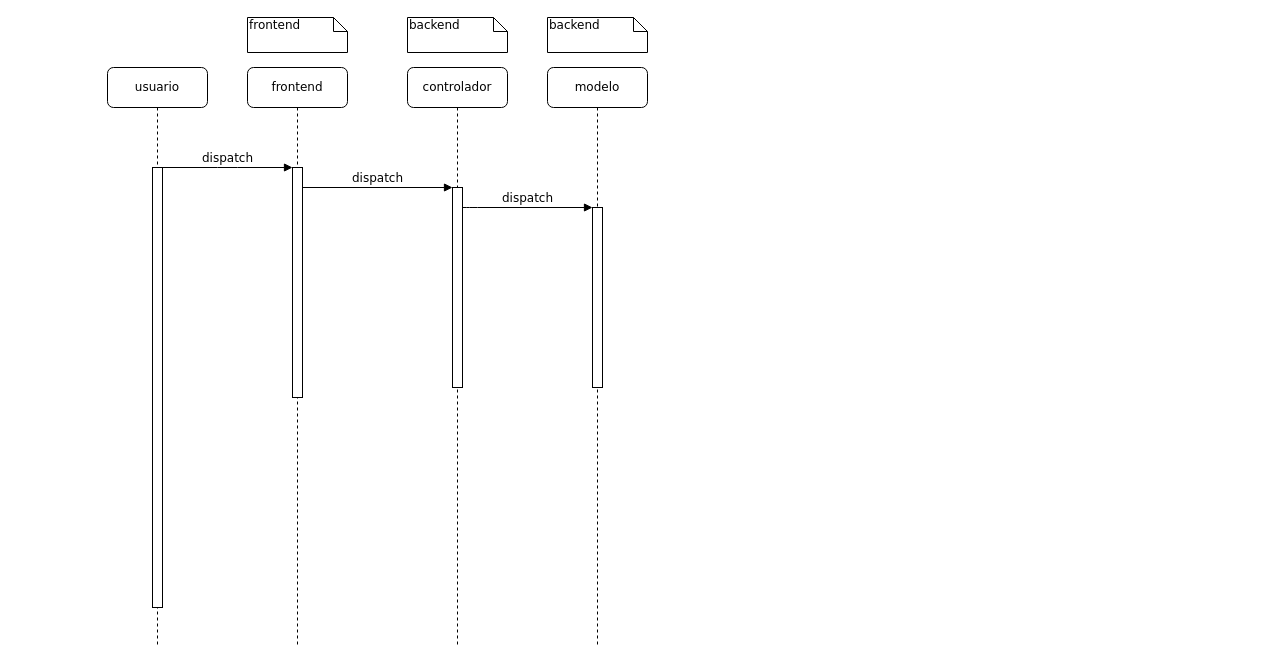
Above: page "FLUJO DE PLANEACION: ADMINISTRADOR" (1 of 2) of documentation/Diagrama secuencia.drawio in AndresTorrezAT/sistema-auditoria-backend-mern (draw.io), before the change. Source tidied: cells renumbered, new cells numbered last; positions are measured from the earlier drawing's top-left corner, leaving out a move shared by most shapes. Both pictures are drawn from the tidied source at 100%, with x=0, y=0 at pixel (107, 17).
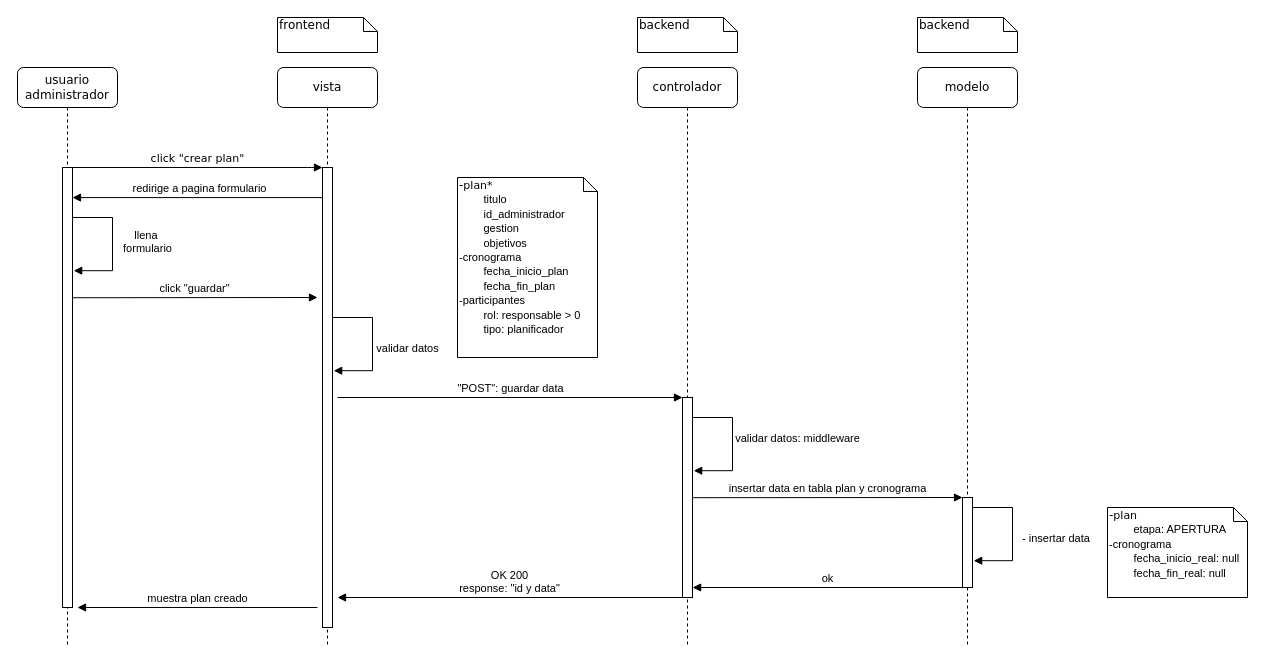
Above is the later version.

Commit message:
actualizacion de diagramas

The change refers to these unchanged cells:
```xml
<mxCell id="8" style="html=1;points=[];perimeter=orthogonalPerimeter;rounded=0;shadow=0;comic=0;labelBackgroundColor=none;strokeWidth=1;fontFamily=Verdana;fontSize=12;align=center;" parent="7" vertex="1">
  <mxGeometry x="45" y="100" width="10" height="440" as="geometry" />
</mxCell>
```

The edit, as a diff of the source:
```diff
@@
+    <mxCell id="16" value="redirige a pagina formulario" style="html=1;verticalAlign=bottom;endArrow=block;curved=0;rounded=0;exitX=0.002;exitY=0.161;exitDx=0;exitDy=0;exitPerimeter=0;" parent="1" edge="1" target="8">
+      <mxGeometry relative="1" as="geometry">
+        <mxPoint x="218.9" y="180.1" as="sourcePoint" />
+      </mxGeometry>
+    </mxCell>
-    <mxCell id="2" value="frontend" style="shape=umlLifeline;perimeter=lifelinePerimeter;whiteSpace=wrap;html=1;rounded=1;shadow=0;comic=0;labelBackgroundColor=none;strokeWidth=1;fontFamily=Verdana;fontSize=12;align=center;" parent="1" vertex="1">
-      <mxGeometry x="140" y="50" width="100" height="580" as="geometry" />
+    <mxCell id="2" value="vista" style="shape=umlLifeline;perimeter=lifelinePerimeter;whiteSpace=wrap;html=1;rounded=1;shadow=0;comic=0;labelBackgroundColor=none;strokeWidth=1;fontFamily=Verdana;fontSize=12;align=center;" parent="1" vertex="1">
+      <mxGeometry x="170" y="50" width="100" height="580" as="geometry" />
     </mxCell>
     <mxCell id="3" style="html=1;points=[];perimeter=orthogonalPerimeter;rounded=0;shadow=0;comic=0;labelBackgroundColor=none;strokeWidth=1;fontFamily=Verdana;fontSize=12;align=center;" parent="2" vertex="1">
-      <mxGeometry x="45" y="100" width="10" height="230" as="geometry" />
+      <mxGeometry x="45" y="100" width="10" height="460" as="geometry" />
     </mxCell>
+    <mxCell id="17" value="validar datos" style="html=1;verticalAlign=bottom;endArrow=block;rounded=0;edgeStyle=elbowEdgeStyle;exitX=1.015;exitY=0.106;exitDx=0;exitDy=0;exitPerimeter=0;entryX=1.133;entryY=0.227;entryDx=0;entryDy=0;entryPerimeter=0;" parent="2" edge="1">
+      <mxGeometry x="0.21" y="35" relative="1" as="geometry">
+        <mxPoint x="55" y="250" as="sourcePoint" />
+        <mxPoint x="56.2" y="303.2" as="targetPoint" />
+        <Array as="points">
+          <mxPoint x="95" y="290" />
+        </Array>
+      </mxGeometry>
+    </mxCell>
     <mxCell id="4" value="controlador" style="shape=umlLifeline;perimeter=lifelinePerimeter;whiteSpace=wrap;html=1;rounded=1;shadow=0;comic=0;labelBackgroundColor=none;strokeWidth=1;fontFamily=Verdana;fontSize=12;align=center;" parent="1" vertex="1">
-      <mxGeometry x="300" y="50" width="100" height="580" as="geometry" />
+      <mxGeometry x="530" y="50" width="100" height="580" as="geometry" />
     </mxCell>
     <mxCell id="5" style="html=1;points=[];perimeter=orthogonalPerimeter;rounded=0;shadow=0;comic=0;labelBackgroundColor=none;strokeWidth=1;fontFamily=Verdana;fontSize=12;align=center;" parent="4" vertex="1">
-      <mxGeometry x="45" y="120" width="10" height="200" as="geometry" />
+      <mxGeometry x="45" y="330" width="10" height="200" as="geometry" />
     </mxCell>
+    <mxCell id="18" value="validar datos: middleware" style="html=1;verticalAlign=bottom;endArrow=block;rounded=0;edgeStyle=elbowEdgeStyle;exitX=1.015;exitY=0.106;exitDx=0;exitDy=0;exitPerimeter=0;entryX=1.133;entryY=0.227;entryDx=0;entryDy=0;entryPerimeter=0;" parent="4" edge="1">
+      <mxGeometry x="0.06" y="65" relative="1" as="geometry">
+        <mxPoint x="55" y="350" as="sourcePoint" />
+        <mxPoint x="56.2" y="403.2" as="targetPoint" />
+        <Array as="points">
+          <mxPoint x="95" y="390" />
+        </Array>
+      </mxGeometry>
+    </mxCell>
+    <mxCell id="19" value="OK 200&lt;div&gt;response: &quot;id y data&quot;&lt;/div&gt;" style="html=1;verticalAlign=bottom;endArrow=block;curved=0;rounded=0;" parent="4" edge="1">
+      <mxGeometry relative="1" as="geometry">
+        <mxPoint x="45" y="530" as="sourcePoint" />
+        <mxPoint x="-300" y="530" as="targetPoint" />
+      </mxGeometry>
+    </mxCell>
     <mxCell id="6" value="modelo" style="shape=umlLifeline;perimeter=lifelinePerimeter;whiteSpace=wrap;html=1;rounded=1;shadow=0;comic=0;labelBackgroundColor=none;strokeWidth=1;fontFamily=Verdana;fontSize=12;align=center;" parent="1" vertex="1">
-      <mxGeometry x="440" y="50" width="100" height="580" as="geometry" />
+      <mxGeometry x="810" y="50" width="100" height="580" as="geometry" />
     </mxCell>
+    <mxCell id="9" style="html=1;points=[];perimeter=orthogonalPerimeter;rounded=0;shadow=0;comic=0;labelBackgroundColor=none;strokeWidth=1;fontFamily=Verdana;fontSize=12;align=center;" parent="6" vertex="1">
+      <mxGeometry x="45" y="430" width="10" height="90" as="geometry" />
+    </mxCell>
+    <mxCell id="20" value="insertar data en tabla plan y cronograma" style="html=1;verticalAlign=bottom;endArrow=block;curved=0;rounded=0;exitX=0.983;exitY=0.501;exitDx=0;exitDy=0;exitPerimeter=0;" parent="6" edge="1" source="5">
+      <mxGeometry relative="1" as="geometry">
+        <mxPoint x="45" y="430" as="targetPoint" />
+      </mxGeometry>
+    </mxCell>
+    <mxCell id="21" value="&lt;div&gt;- insertar data&amp;nbsp;&lt;/div&gt;" style="html=1;verticalAlign=bottom;endArrow=block;rounded=0;edgeStyle=elbowEdgeStyle;exitX=1.015;exitY=0.106;exitDx=0;exitDy=0;exitPerimeter=0;entryX=1.133;entryY=0.227;entryDx=0;entryDy=0;entryPerimeter=0;" parent="6" edge="1">
+      <mxGeometry x="0.21" y="45" relative="1" as="geometry">
+        <mxPoint x="55" y="440" as="sourcePoint" />
+        <mxPoint x="56.2" y="493.2" as="targetPoint" />
+        <Array as="points">
+          <mxPoint x="95" y="480" />
+        </Array>
+      </mxGeometry>
+    </mxCell>
-    <mxCell id="7" value="usuario" style="shape=umlLifeline;perimeter=lifelinePerimeter;whiteSpace=wrap;html=1;rounded=1;shadow=0;comic=0;labelBackgroundColor=none;strokeWidth=1;fontFamily=Verdana;fontSize=12;align=center;" parent="1" vertex="1">
-      <mxGeometry y="50" width="100" height="580" as="geometry" />
+    <mxCell id="7" value="usuario&lt;div&gt;administrador&lt;/div&gt;" style="shape=umlLifeline;perimeter=lifelinePerimeter;whiteSpace=wrap;html=1;rounded=1;shadow=0;comic=0;labelBackgroundColor=none;strokeWidth=1;fontFamily=Verdana;fontSize=12;align=center;" parent="1" vertex="1">
+      <mxGeometry x="-90" y="50" width="100" height="580" as="geometry" />
     </mxCell>
@@
-    <mxCell id="9" style="html=1;points=[];perimeter=orthogonalPerimeter;rounded=0;shadow=0;comic=0;labelBackgroundColor=none;strokeWidth=1;fontFamily=Verdana;fontSize=12;align=center;" parent="1" vertex="1">
-      <mxGeometry x="485" y="190" width="10" height="180" as="geometry" />
-    </mxCell>
-    <mxCell id="10" value="dispatch" style="html=1;verticalAlign=bottom;endArrow=block;labelBackgroundColor=none;fontFamily=Verdana;fontSize=12;edgeStyle=elbowEdgeStyle;elbow=vertical;" parent="1" edge="1" source="5" target="9">
-      <mxGeometry relative="1" as="geometry">
-        <Array as="points">
-          <mxPoint x="360" y="190" />
-        </Array>
-      </mxGeometry>
-    </mxCell>
+    <mxCell id="22" value="llena&amp;nbsp;&lt;div&gt;formulario&lt;/div&gt;" style="html=1;verticalAlign=bottom;endArrow=block;rounded=0;edgeStyle=elbowEdgeStyle;exitX=1.015;exitY=0.106;exitDx=0;exitDy=0;exitPerimeter=0;entryX=1.133;entryY=0.227;entryDx=0;entryDy=0;entryPerimeter=0;" parent="7" edge="1">
+      <mxGeometry x="0.21" y="35" relative="1" as="geometry">
+        <mxPoint x="55" y="150" as="sourcePoint" />
+        <mxPoint x="56.2" y="203.2" as="targetPoint" />
+        <Array as="points">
+          <mxPoint x="95" y="190" />
+        </Array>
+      </mxGeometry>
+    </mxCell>
-    <mxCell id="11" value="dispatch" style="html=1;verticalAlign=bottom;endArrow=block;entryX=0;entryY=0;labelBackgroundColor=none;fontFamily=Verdana;fontSize=12;edgeStyle=elbowEdgeStyle;elbow=vertical;" parent="1" edge="1" source="8" target="3">
-      <mxGeometry relative="1" as="geometry" />
+    <mxCell id="11" value="&lt;font style=&quot;font-size: 11px;&quot;&gt;click &quot;crear plan&quot;&lt;/font&gt;" style="html=1;verticalAlign=bottom;endArrow=block;labelBackgroundColor=none;fontFamily=Verdana;fontSize=12;edgeStyle=elbowEdgeStyle;elbow=vertical;" parent="1" edge="1" source="8" target="3">
+      <mxGeometry relative="1" as="geometry">
+        <Array as="points">
+          <mxPoint x="210" y="150" />
+        </Array>
+      </mxGeometry>
     </mxCell>
-    <mxCell id="12" value="dispatch" style="html=1;verticalAlign=bottom;endArrow=block;entryX=0;entryY=0;labelBackgroundColor=none;fontFamily=Verdana;fontSize=12;edgeStyle=elbowEdgeStyle;elbow=vertical;" parent="1" edge="1" source="3" target="5">
-      <mxGeometry relative="1" as="geometry" />
-    </mxCell>
     <mxCell id="13" value="frontend" style="shape=note;whiteSpace=wrap;html=1;size=14;verticalAlign=top;align=left;spacingTop=-6;rounded=0;shadow=0;comic=0;labelBackgroundColor=none;strokeWidth=1;fontFamily=Verdana;fontSize=12;" parent="1" vertex="1">
-      <mxGeometry x="140" width="100" height="35" as="geometry" />
+      <mxGeometry x="170" width="100" height="35" as="geometry" />
     </mxCell>
     <mxCell id="14" value="backend" style="shape=note;whiteSpace=wrap;html=1;size=14;verticalAlign=top;align=left;spacingTop=-6;rounded=0;shadow=0;comic=0;labelBackgroundColor=none;strokeWidth=1;fontFamily=Verdana;fontSize=12;" parent="1" vertex="1">
-      <mxGeometry x="300" width="100" height="35" as="geometry" />
+      <mxGeometry x="530" width="100" height="35" as="geometry" />
     </mxCell>
     <mxCell id="15" value="backend" style="shape=note;whiteSpace=wrap;html=1;size=14;verticalAlign=top;align=left;spacingTop=-6;rounded=0;shadow=0;comic=0;labelBackgroundColor=none;strokeWidth=1;fontFamily=Verdana;fontSize=12;" parent="1" vertex="1">
-      <mxGeometry x="440" width="100" height="35" as="geometry" />
+      <mxGeometry x="810" width="100" height="35" as="geometry" />
     </mxCell>
+    <mxCell id="23" value="click &quot;guardar&quot;" style="html=1;verticalAlign=bottom;endArrow=block;curved=0;rounded=0;exitX=1.046;exitY=0.296;exitDx=0;exitDy=0;exitPerimeter=0;" parent="1" edge="1" source="8">
+      <mxGeometry relative="1" as="geometry">
+        <mxPoint x="210" y="280" as="targetPoint" />
+      </mxGeometry>
+    </mxCell>
+    <mxCell id="24" value="&quot;POST&quot;: guardar data" style="html=1;verticalAlign=bottom;endArrow=block;curved=0;rounded=0;" parent="1" edge="1" target="5">
+      <mxGeometry relative="1" as="geometry">
+        <mxPoint x="230" y="380" as="sourcePoint" />
+      </mxGeometry>
+    </mxCell>
+    <mxCell id="25" value="&lt;font style=&quot;&quot;&gt;-&lt;/font&gt;&lt;font style=&quot;font-size: 11px;&quot;&gt;plan&lt;/font&gt;&lt;div&gt;&lt;span style=&quot;background-color: rgb(255, 255, 255); font-family: Helvetica; font-size: 11px; text-align: center; text-wrap: nowrap;&quot;&gt;&lt;span style=&quot;white-space: pre;&quot;&gt;&#9;&lt;/span&gt;etapa: APERTURA&lt;/span&gt;&lt;/div&gt;&lt;div&gt;&lt;span style=&quot;background-color: rgb(255, 255, 255); font-family: Helvetica; font-size: 11px; text-align: center; text-wrap: nowrap;&quot;&gt;-cronograma&lt;/span&gt;&lt;/div&gt;&lt;div&gt;&lt;span style=&quot;background-color: rgb(255, 255, 255); font-family: Helvetica; font-size: 11px; text-align: center; text-wrap: nowrap;&quot;&gt;&lt;span style=&quot;white-space: pre;&quot;&gt;&#9;&lt;/span&gt;fecha_inicio_real: null&lt;/span&gt;&lt;/div&gt;&lt;div&gt;&lt;span style=&quot;background-color: rgb(255, 255, 255); font-family: Helvetica; font-size: 11px; text-align: center; text-wrap: nowrap;&quot;&gt;&lt;span style=&quot;white-space: pre;&quot;&gt;&#9;&lt;/span&gt;fecha_fin_real: null&lt;/span&gt;&lt;/div&gt;&lt;div&gt;&lt;br&gt;&lt;/div&gt;" style="shape=note;whiteSpace=wrap;html=1;size=14;verticalAlign=top;align=left;spacingTop=-6;rounded=0;shadow=0;comic=0;labelBackgroundColor=none;strokeWidth=1;fontFamily=Verdana;fontSize=12;" parent="1" vertex="1">
+      <mxGeometry x="1000" y="490" width="140" height="90" as="geometry" />
+    </mxCell>
+    <mxCell id="26" value="&lt;font style=&quot;&quot;&gt;-&lt;/font&gt;&lt;font style=&quot;font-size: 11px;&quot;&gt;plan*&lt;/font&gt;&lt;div&gt;&lt;span style=&quot;background-color: rgb(255, 255, 255); font-family: Helvetica; font-size: 11px; text-align: center; text-wrap: nowrap;&quot;&gt;&lt;span style=&quot;white-space: pre;&quot;&gt;&#9;&lt;/span&gt;titulo&lt;/span&gt;&lt;/div&gt;&lt;div&gt;&lt;span style=&quot;background-color: rgb(255, 255, 255); font-family: Helvetica; font-size: 11px; text-align: center; text-wrap: nowrap;&quot;&gt;&lt;span style=&quot;white-space: pre;&quot;&gt;&#9;&lt;/span&gt;id_administrador&lt;br&gt;&lt;/span&gt;&lt;/div&gt;&lt;div&gt;&lt;span style=&quot;background-color: rgb(255, 255, 255); font-family: Helvetica; font-size: 11px; text-align: center; text-wrap: nowrap;&quot;&gt;&lt;span style=&quot;white-space: pre;&quot;&gt;&#9;&lt;/span&gt;gestion&lt;br&gt;&lt;/span&gt;&lt;/div&gt;&lt;div&gt;&lt;span style=&quot;background-color: rgb(255, 255, 255); font-family: Helvetica; font-size: 11px; text-align: center; text-wrap: nowrap;&quot;&gt;&lt;span style=&quot;white-space: pre;&quot;&gt;&#9;&lt;/span&gt;objetivos&lt;br&gt;&lt;/span&gt;&lt;/div&gt;&lt;div&gt;&lt;span style=&quot;background-color: rgb(255, 255, 255); font-family: Helvetica; font-size: 11px; text-align: center; text-wrap: nowrap;&quot;&gt;-cronograma&lt;/span&gt;&lt;/div&gt;&lt;div&gt;&lt;span style=&quot;background-color: rgb(255, 255, 255); font-family: Helvetica; font-size: 11px; text-align: center; text-wrap: nowrap;&quot;&gt;&lt;span style=&quot;white-space: pre;&quot;&gt;&#9;&lt;/span&gt;fecha_inicio_plan&lt;/span&gt;&lt;/div&gt;&lt;div&gt;&lt;span style=&quot;background-color: rgb(255, 255, 255); font-family: Helvetica; font-size: 11px; text-align: center; text-wrap: nowrap;&quot;&gt;&lt;span style=&quot;white-space: pre;&quot;&gt;&#9;&lt;/span&gt;fecha_fin_plan&lt;/span&gt;&lt;/div&gt;&lt;div&gt;&lt;span style=&quot;background-color: rgb(255, 255, 255); font-family: Helvetica; font-size: 11px; text-align: center; text-wrap: nowrap;&quot;&gt;-participantes&lt;/span&gt;&lt;/div&gt;&lt;div&gt;&lt;span style=&quot;background-color: rgb(255, 255, 255); font-family: Helvetica; font-size: 11px; text-align: center; text-wrap: nowrap;&quot;&gt;&lt;span style=&quot;white-space: pre;&quot;&gt;&#9;&lt;/span&gt;rol: responsable &amp;gt; 0&lt;br&gt;&lt;/span&gt;&lt;/div&gt;&lt;div&gt;&lt;span style=&quot;background-color: rgb(255, 255, 255); font-family: Helvetica; font-size: 11px; text-align: center; text-wrap: nowrap;&quot;&gt;&lt;span style=&quot;white-space: pre;&quot;&gt;&#9;&lt;/span&gt;tipo: planificador&lt;br&gt;&lt;/span&gt;&lt;/div&gt;&lt;div&gt;&lt;span style=&quot;background-color: rgb(255, 255, 255); font-family: Helvetica; font-size: 11px; text-align: center; text-wrap: nowrap;&quot;&gt;&lt;br&gt;&lt;/span&gt;&lt;/div&gt;&lt;div&gt;&lt;span style=&quot;background-color: rgb(255, 255, 255); font-family: Helvetica; font-size: 11px; text-align: center; text-wrap: nowrap;&quot;&gt;&lt;br&gt;&lt;/span&gt;&lt;/div&gt;" style="shape=note;whiteSpace=wrap;html=1;size=14;verticalAlign=top;align=left;spacingTop=-6;rounded=0;shadow=0;comic=0;labelBackgroundColor=none;strokeWidth=1;fontFamily=Verdana;fontSize=12;" parent="1" vertex="1">
+      <mxGeometry x="350" y="160" width="140" height="180" as="geometry" />
+    </mxCell>
+    <mxCell id="27" value="ok" style="html=1;verticalAlign=bottom;endArrow=block;curved=0;rounded=0;exitX=-0.038;exitY=1;exitDx=0;exitDy=0;exitPerimeter=0;entryX=1.013;entryY=0.95;entryDx=0;entryDy=0;entryPerimeter=0;" parent="1" edge="1" source="9" target="5">
+      <mxGeometry relative="1" as="geometry" />
+    </mxCell>
+    <mxCell id="28" value="muestra plan creado" style="html=1;verticalAlign=bottom;endArrow=block;curved=0;rounded=0;" parent="1" edge="1">
+      <mxGeometry relative="1" as="geometry">
+        <mxPoint x="210" y="590" as="sourcePoint" />
+        <mxPoint x="-30" y="590" as="targetPoint" />
+      </mxGeometry>
+    </mxCell>
```
